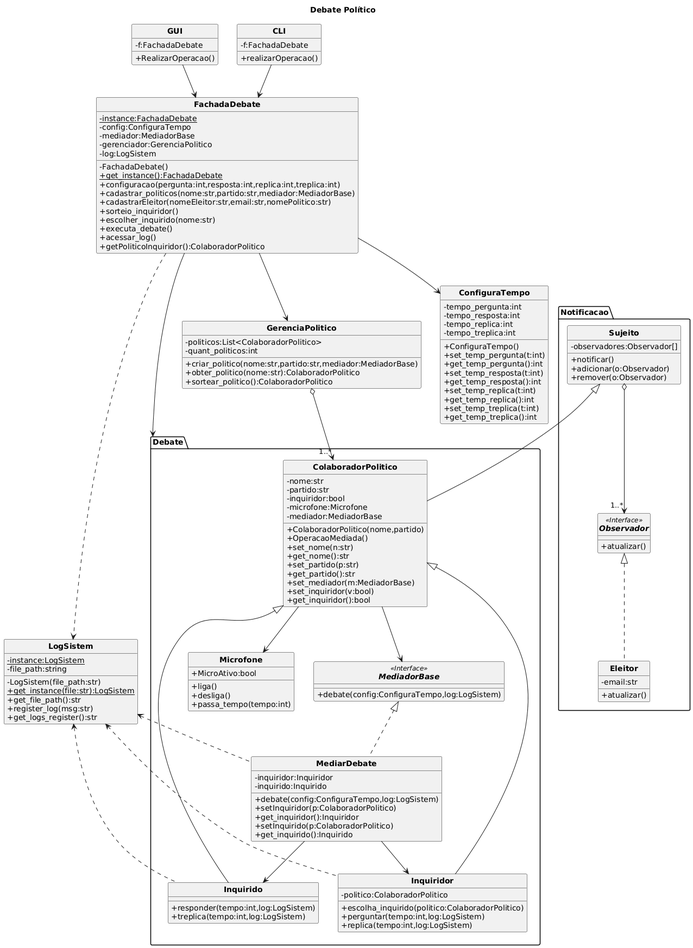
Earlier version of the PlantUML export DebatePolitico/UML/Debate.png (guilhermeeoliveiraa/pp26_1-202411250011). The source it was exported from:
```plantuml
@startuml
title Debate Político

skinparam classAttributeIconSize 0
skinparam classFontStyle bold
hide circle

class GUI{
-f:FachadaDebate
+RealizarOperacao()
}

class CLI{
-f:FachadaDebate
+realizarOperacao()
}

class FachadaDebate{
-{static}instance:FachadaDebate
-config:ConfiguraTempo
-mediador:MediadorBase
-gerenciador:GerenciaPolitico
-log:LogSistem
-FachadaDebate()
+{static}get_instance():FachadaDebate
+configuracao(pergunta:int,resposta:int,replica:int,treplica:int)
+cadastrar_politicos(nome:str,partido:str,mediador:MediadorBase)
+cadastrarEleitor(nomeEleitor:str,email:str,nomePolitico:str)
+sorteio_inquiridor()
+escolher_inquirido(nome:str)
+executa_debate()
+acessar_log()
+getPoliticoInquiridor():ColaboradorPolitico
}

package "Debate" {

  interface MediadorBase<<Interface>>{
  +debate(config:ConfiguraTempo,log:LogSistem)
  }

  class MediarDebate{
  -inquiridor:Inquiridor
  -inquirido:Inquirido
  +debate(config:ConfiguraTempo,log:LogSistem)
  +setInquiridor(p:ColaboradorPolitico)
  +get_inquiridor():Inquiridor
  +setInquirido(p:ColaboradorPolitico)
  +get_inquirido():Inquirido
  }

  class ColaboradorPolitico{
  -nome:str
  -partido:str
  -inquiridor:bool
  -microfone:Microfone
  -mediador:MediadorBase
  +ColaboradorPolitico(nome,partido)
  +OperacaoMediada()
  +set_nome(n:str)
  +get_nome():str
  +set_partido(p:str)
  +get_partido():str
  +set_mediador(m:MediadorBase)
  +set_inquiridor(v:bool)
  +get_inquiridor():bool
  }

  class Inquiridor{
  -politico:ColaboradorPolitico
  +escolha_inquirido(politico:ColaboradorPolitico)
  +perguntar(tempo:int,log:LogSistem)
  +replica(tempo:int,log:LogSistem)
  }

  class Inquirido{
  +responder(tempo:int,log:LogSistem)
  +treplica(tempo:int,log:LogSistem)
  }

  class Microfone{
  +MicroAtivo:bool
  +liga()
  +desliga()
  +passa_tempo(tempo:int)
  }

}

package "Notificacao" {

  class Sujeito{
  -observadores:Observador[]
  +notificar()
  +adicionar(o:Observador)
  +remover(o:Observador)
  }

  interface Observador <<Interface>>{
  +atualizar()
  }

  class Eleitor{
  -email:str
  +atualizar()
  }

}

class GerenciaPolitico{
-politicos:List<ColaboradorPolitico>
-quant_politicos:int
+criar_politico(nome:str,partido:str,mediador:MediadorBase)
+obter_politico(nome:str):ColaboradorPolitico
+sortear_politico():ColaboradorPolitico
}

class ConfiguraTempo{
-tempo_pergunta:int
-tempo_resposta:int
-tempo_replica:int
-tempo_treplica:int
+ConfiguraTempo()
+set_temp_pergunta(t:int)
+get_temp_pergunta():int
+set_temp_resposta(t:int)
+get_temp_resposta():int
+set_temp_replica(t:int)
+get_temp_replica():int
+set_temp_treplica(t:int)
+get_temp_treplica():int
}

class LogSistem{
-{static}instance:LogSistem
-file_path:string
-LogSistem(file_path:str)
+{static}get_instance(file:str):LogSistem
+get_file_path():str
+register_log(msg:str)
+get_logs_register():str
}

MediadorBase <|.. MediarDebate
ColaboradorPolitico <|-- Inquirido
ColaboradorPolitico <|-- Inquiridor
Sujeito <|-- ColaboradorPolitico
Sujeito o--> "1..*" Observador
Observador <|.. Eleitor
GerenciaPolitico o--> "1..*" ColaboradorPolitico

CLI --> FachadaDebate
GUI --> FachadaDebate

FachadaDebate --> ConfiguraTempo
FachadaDebate --> Debate
FachadaDebate --> GerenciaPolitico

ColaboradorPolitico --> MediadorBase
ColaboradorPolitico --> Microfone

FachadaDebate ..> LogSistem
LogSistem <.. Inquiridor
LogSistem <.. Inquirido
LogSistem <.. MediarDebate

MediarDebate --> Inquirido
MediarDebate --> Inquiridor
@enduml
```
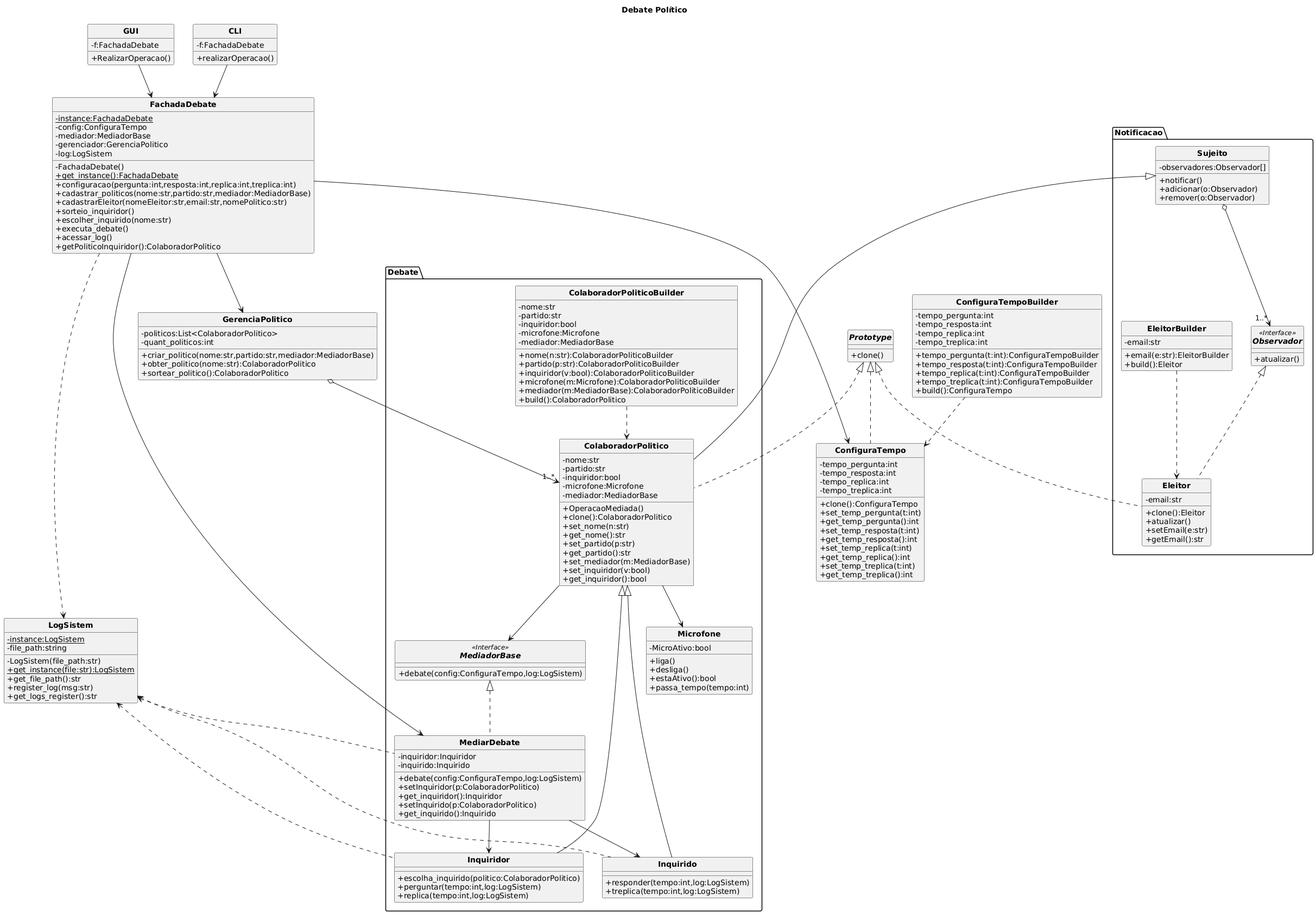
After the commit.

Diff of the diagram source:
```diff
@@ -33,6 +33,10 @@
 +getPoliticoInquiridor():ColaboradorPolitico
 }
 
+interface Prototype{
++clone()
+}
+
 package "Debate" {
 
   interface MediadorBase<<Interface>>{
@@ -55,8 +59,8 @@
   -inquiridor:bool
   -microfone:Microfone
   -mediador:MediadorBase
-  +ColaboradorPolitico(nome,partido)
   +OperacaoMediada()
+  +clone():ColaboradorPolitico
   +set_nome(n:str)
   +get_nome():str
   +set_partido(p:str)
@@ -66,8 +70,21 @@
   +get_inquiridor():bool
   }
 
+  class ColaboradorPoliticoBuilder{
+  -nome:str
+  -partido:str
+  -inquiridor:bool
+  -microfone:Microfone
+  -mediador:MediadorBase
+  +nome(n:str):ColaboradorPoliticoBuilder
+  +partido(p:str):ColaboradorPoliticoBuilder
+  +inquiridor(v:bool):ColaboradorPoliticoBuilder
+  +microfone(m:Microfone):ColaboradorPoliticoBuilder
+  +mediador(m:MediadorBase):ColaboradorPoliticoBuilder
+  +build():ColaboradorPolitico
+  }
+
   class Inquiridor{
-  -politico:ColaboradorPolitico
   +escolha_inquirido(politico:ColaboradorPolitico)
   +perguntar(tempo:int,log:LogSistem)
   +replica(tempo:int,log:LogSistem)
@@ -79,9 +96,10 @@
   }
 
   class Microfone{
-  +MicroAtivo:bool
+  -MicroAtivo:bool
   +liga()
   +desliga()
+  +estaAtivo():bool
   +passa_tempo(tempo:int)
   }
 
@@ -102,7 +120,16 @@
 
   class Eleitor{
   -email:str
+  +clone():Eleitor
   +atualizar()
+  +setEmail(e:str)
+  +getEmail():str
+  }
+
+  class EleitorBuilder{
+  -email:str
+  +email(e:str):EleitorBuilder
+  +build():Eleitor
   }
 
 }
@@ -120,7 +147,7 @@
 -tempo_resposta:int
 -tempo_replica:int
 -tempo_treplica:int
-+ConfiguraTempo()
++clone():ConfiguraTempo
 +set_temp_pergunta(t:int)
 +get_temp_pergunta():int
 +set_temp_resposta(t:int)
@@ -129,6 +156,18 @@
 +get_temp_replica():int
 +set_temp_treplica(t:int)
 +get_temp_treplica():int
+}
+
+class ConfiguraTempoBuilder{
+-tempo_pergunta:int
+-tempo_resposta:int
+-tempo_replica:int
+-tempo_treplica:int
++tempo_pergunta(t:int):ConfiguraTempoBuilder
++tempo_resposta(t:int):ConfiguraTempoBuilder
++tempo_replica(t:int):ConfiguraTempoBuilder
++tempo_treplica(t:int):ConfiguraTempoBuilder
++build():ConfiguraTempo
 }
 
 class LogSistem{
@@ -153,7 +192,7 @@
 GUI --> FachadaDebate
 
 FachadaDebate --> ConfiguraTempo
-FachadaDebate --> Debate
+FachadaDebate --> MediarDebate
 FachadaDebate --> GerenciaPolitico
 
 ColaboradorPolitico --> MediadorBase
@@ -164,6 +203,14 @@
 LogSistem <.. Inquirido
 LogSistem <.. MediarDebate
 
+Prototype <|.. ColaboradorPolitico
+Prototype <|.. Eleitor
+Prototype <|.. ConfiguraTempo
+
+ColaboradorPoliticoBuilder ..> ColaboradorPolitico
+EleitorBuilder ..> Eleitor
+ConfiguraTempoBuilder ..> ConfiguraTempo
+
 MediarDebate --> Inquirido
 MediarDebate --> Inquiridor
 @enduml
```
